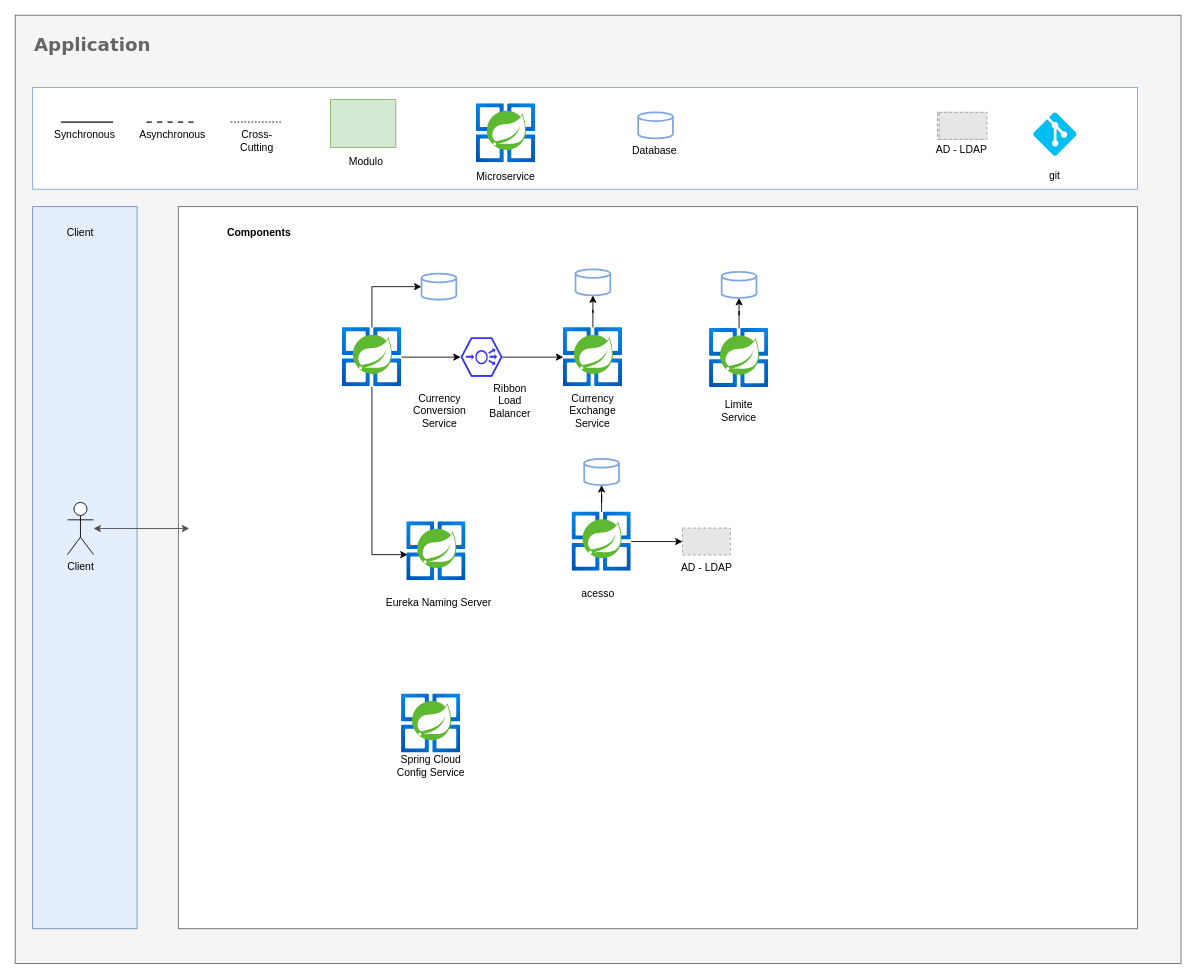
The draw.io diagram page "architecture components" (3 of 4) of microservices.drawio in fidelisfelipe/microservices, before the edit. Source tidied: cells renumbered, new cells numbered last; positions are measured from the earlier drawing's top-left corner, leaving out a move shared by most shapes. Both pictures are drawn from the tidied source at 87%, with x=0, y=0 at pixel (15, 15). Pictures stored in the file or linked from it are replaced by grey dashed boxes.
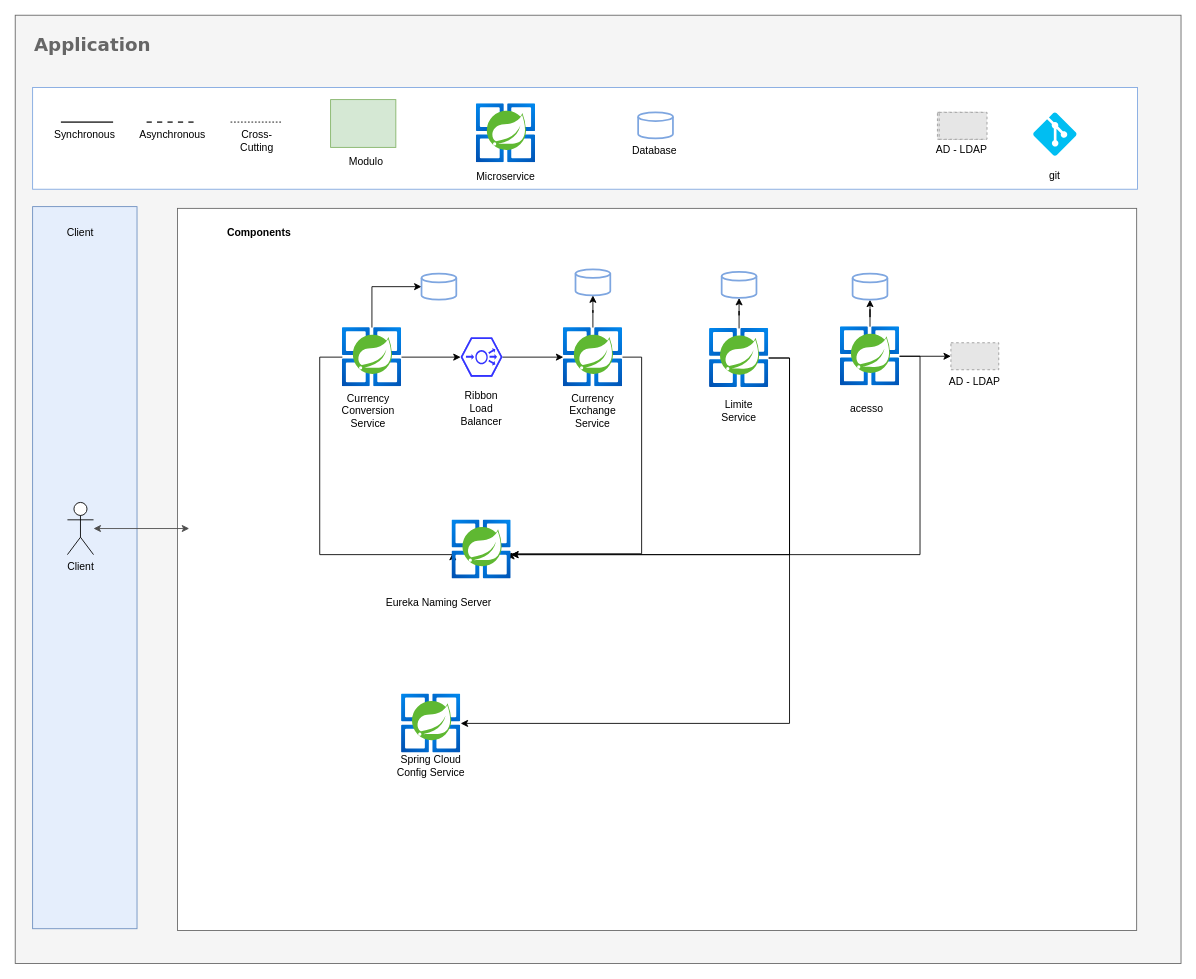
Above is the later version.

Commit message (it also covers changes not shown here):
remove constant list for add in microservice search in service regitrer

Unchanged cells that the change refers to:
```xml
<mxCell id="24" style="html=1;points=[];align=center;image;fontSize=12;image=img/lib/azure2/compute/Azure_Spring_Cloud.svg;" parent="1" vertex="1">
  <mxGeometry x="444" y="780" width="68" height="68" as="geometry" />
</mxCell>
<mxCell id="31" style="html=1;points=[];align=center;image;fontSize=12;image=img/lib/azure2/compute/Azure_Spring_Cloud.svg;" parent="1" vertex="1">
  <mxGeometry x="376" y="359" width="68" height="68" as="geometry" />
</mxCell>
<mxCell id="34" style="html=1;points=[];align=center;image;fontSize=12;image=img/lib/azure2/compute/Azure_Spring_Cloud.svg;" parent="1" vertex="1">
  <mxGeometry x="630" y="359" width="68" height="68" as="geometry" />
</mxCell>
<mxCell id="37" style="html=1;points=[];align=center;image;fontSize=12;image=img/lib/azure2/compute/Azure_Spring_Cloud.svg;" parent="1" vertex="1">
  <mxGeometry x="798" y="360" width="68" height="68" as="geometry" />
</mxCell>
```

What changed in the source:
```diff
@@
     <mxCell id="5" style="rounded=0;whiteSpace=wrap;html=1;fontFamily=Verdana;fontSize=21;strokeWidth=1;align=left;strokeColor=#666666;" parent="1" vertex="1">
-      <mxGeometry x="187.5" y="220" width="1102.5" height="830" as="geometry" />
+      <mxGeometry x="186.5" y="222" width="1102.5" height="830" as="geometry" />
     </mxCell>
@@
     <mxCell id="30" style="edgeStyle=orthogonalEdgeStyle;rounded=0;jettySize=auto;html=1;entryX=0.015;entryY=0.559;entryDx=0;entryDy=0;entryPerimeter=0;" parent="1" edge="1" source="31" target="53">
       <mxGeometry relative="1" as="geometry">
         <Array as="points">
-          <mxPoint x="410" y="620" />
+          <mxPoint x="350" y="393" />
+          <mxPoint x="350" y="620" />
         </Array>
       </mxGeometry>
     </mxCell>
@@
     <mxCell id="32" value="Currency Conversion Service" style="text;html=1;strokeColor=none;fillColor=none;align=center;verticalAlign=middle;whiteSpace=wrap;rounded=0;" parent="1" vertex="1">
-      <mxGeometry x="458" y="440" width="60" height="30" as="geometry" />
+      <mxGeometry x="376" y="440" width="60" height="30" as="geometry" />
     </mxCell>
@@
+    <mxCell id="56" style="edgeStyle=orthogonalEdgeStyle;rounded=0;jettySize=auto;html=1;entryX=1;entryY=0.544;entryDx=0;entryDy=0;entryPerimeter=0;" parent="1" edge="1" source="34" target="53">
+      <mxGeometry relative="1" as="geometry">
+        <Array as="points">
+          <mxPoint x="720" y="393" />
+          <mxPoint x="720" y="619" />
+        </Array>
+      </mxGeometry>
+    </mxCell>
@@
+    <mxCell id="57" style="edgeStyle=orthogonalEdgeStyle;rounded=0;jettySize=auto;html=1;" parent="1" edge="1" source="37" target="53">
+      <mxGeometry relative="1" as="geometry">
+        <Array as="points">
+          <mxPoint x="890" y="394" />
+          <mxPoint x="890" y="620" />
+        </Array>
+      </mxGeometry>
+    </mxCell>
+    <mxCell id="58" style="edgeStyle=orthogonalEdgeStyle;rounded=0;jettySize=auto;html=1;" parent="1" edge="1" source="37" target="24">
+      <mxGeometry relative="1" as="geometry">
+        <Array as="points">
+          <mxPoint x="890" y="394" />
+          <mxPoint x="890" y="814" />
+        </Array>
+      </mxGeometry>
+    </mxCell>
@@
+    <mxCell id="59" style="edgeStyle=orthogonalEdgeStyle;rounded=0;jettySize=auto;html=1;" parent="1" edge="1" source="41" target="53">
+      <mxGeometry relative="1" as="geometry">
+        <Array as="points">
+          <mxPoint x="1040" y="392" />
+          <mxPoint x="1040" y="620" />
+        </Array>
+      </mxGeometry>
+    </mxCell>
     <mxCell id="41" style="html=1;points=[];align=center;image;fontSize=12;image=img/lib/azure2/compute/Azure_Spring_Cloud.svg;" parent="1" vertex="1">
-      <mxGeometry x="640" y="571" width="68" height="68" as="geometry" />
+      <mxGeometry x="948.5" y="358" width="68" height="68" as="geometry" />
     </mxCell>
     <mxCell id="42" value="acesso" style="text;html=1;strokeColor=none;fillColor=none;align=center;verticalAlign=middle;whiteSpace=wrap;rounded=0;" parent="1" vertex="1">
-      <mxGeometry x="640" y="650" width="60" height="30" as="geometry" />
+      <mxGeometry x="948.5" y="437" width="60" height="30" as="geometry" />
     </mxCell>
@@
     <mxCell id="46" style="strokeWidth=2;html=1;shape=mxgraph.flowchart.database;whiteSpace=wrap;strokeColor=#7EA6E0;" parent="1" vertex="1">
-      <mxGeometry x="654" y="510" width="40" height="30" as="geometry" />
+      <mxGeometry x="962.5" y="297" width="40" height="30" as="geometry" />
     </mxCell>
@@
     <mxCell id="49" style="fillColor=#E6E6E6;strokeColor=#999999;dashed=1;verticalLabelPosition=bottom;labelBackgroundColor=#ffffff;verticalAlign=top;" parent="1" vertex="1">
-      <mxGeometry x="767" y="589.5" width="55" height="31" as="geometry" />
+      <mxGeometry x="1075.5" y="376.5" width="55" height="31" as="geometry" />
     </mxCell>
     <mxCell id="50" value="AD - LDAP" style="text;html=1;strokeColor=none;fillColor=none;align=center;verticalAlign=middle;whiteSpace=wrap;rounded=0;dashed=1;dashPattern=1 1;fontSize=12;" parent="1" vertex="1">
-      <mxGeometry x="727.5" y="620" width="134" height="30" as="geometry" />
+      <mxGeometry x="1036" y="407" width="134" height="30" as="geometry" />
     </mxCell>
@@
     <mxCell id="53" style="html=1;points=[];align=center;image;fontSize=12;image=img/lib/azure2/compute/Azure_Spring_Cloud.svg;" parent="1" vertex="1">
-      <mxGeometry x="450" y="582" width="68" height="68" as="geometry" />
+      <mxGeometry x="502" y="580" width="68" height="68" as="geometry" />
     </mxCell>
@@
     <mxCell id="55" value="Ribbon&lt;br&gt;Load Balancer" style="text;html=1;strokeColor=none;fillColor=none;align=center;verticalAlign=middle;whiteSpace=wrap;rounded=0;" parent="1" vertex="1">
-      <mxGeometry x="539" y="428" width="60" height="30" as="geometry" />
+      <mxGeometry x="506" y="437" width="60" height="30" as="geometry" />
     </mxCell>
```
